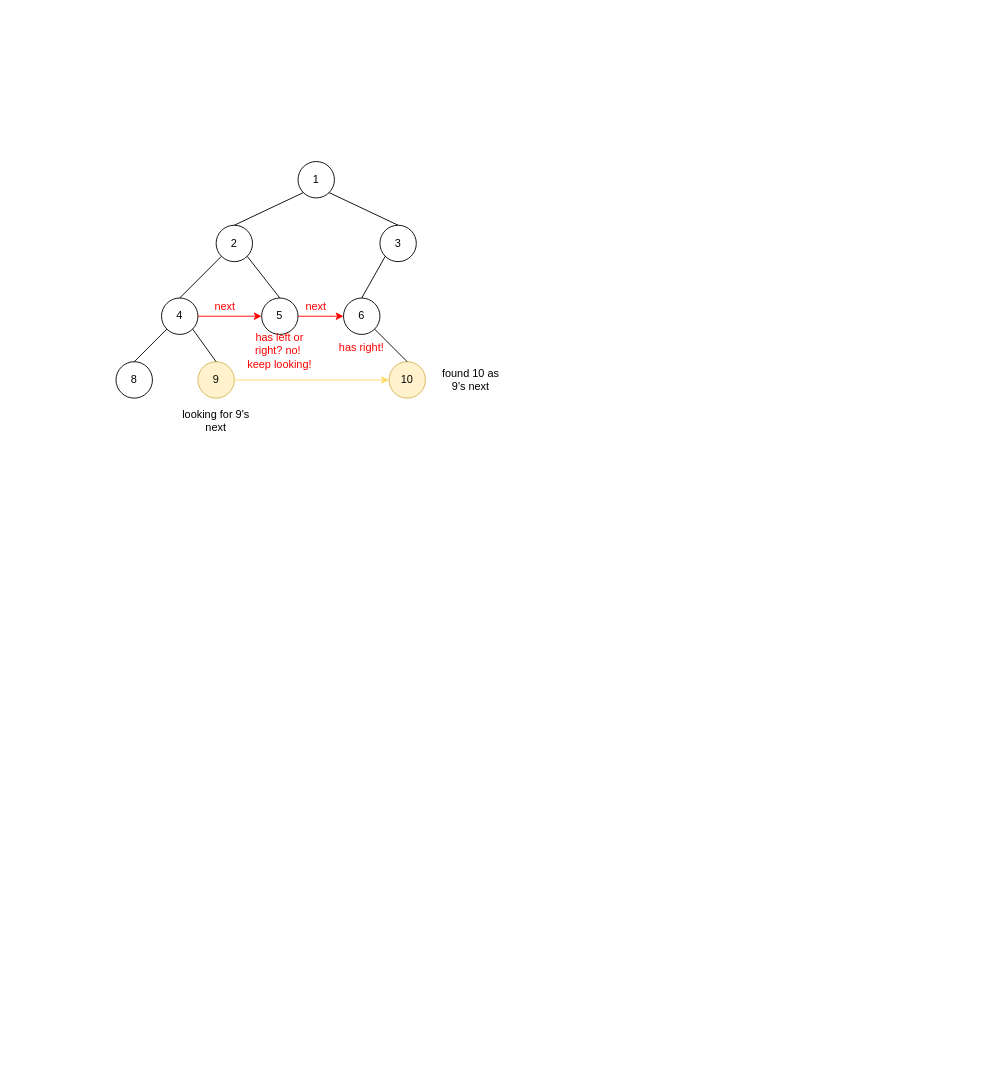
This is page "LC117: Populating Next Right Pointers in Each Node II" (6 of 9) of Leetcode Visuals/Trees and Graphs.drawio from bcfchen/algorithm, a draw.io file, before an edit. Source tidied: cells renumbered, new cells numbered last; positions are measured from the earlier drawing's top-left corner, leaving out a move shared by most shapes. Both pictures are drawn from the tidied source at 91%, with x=0, y=0 at pixel (116, 161).
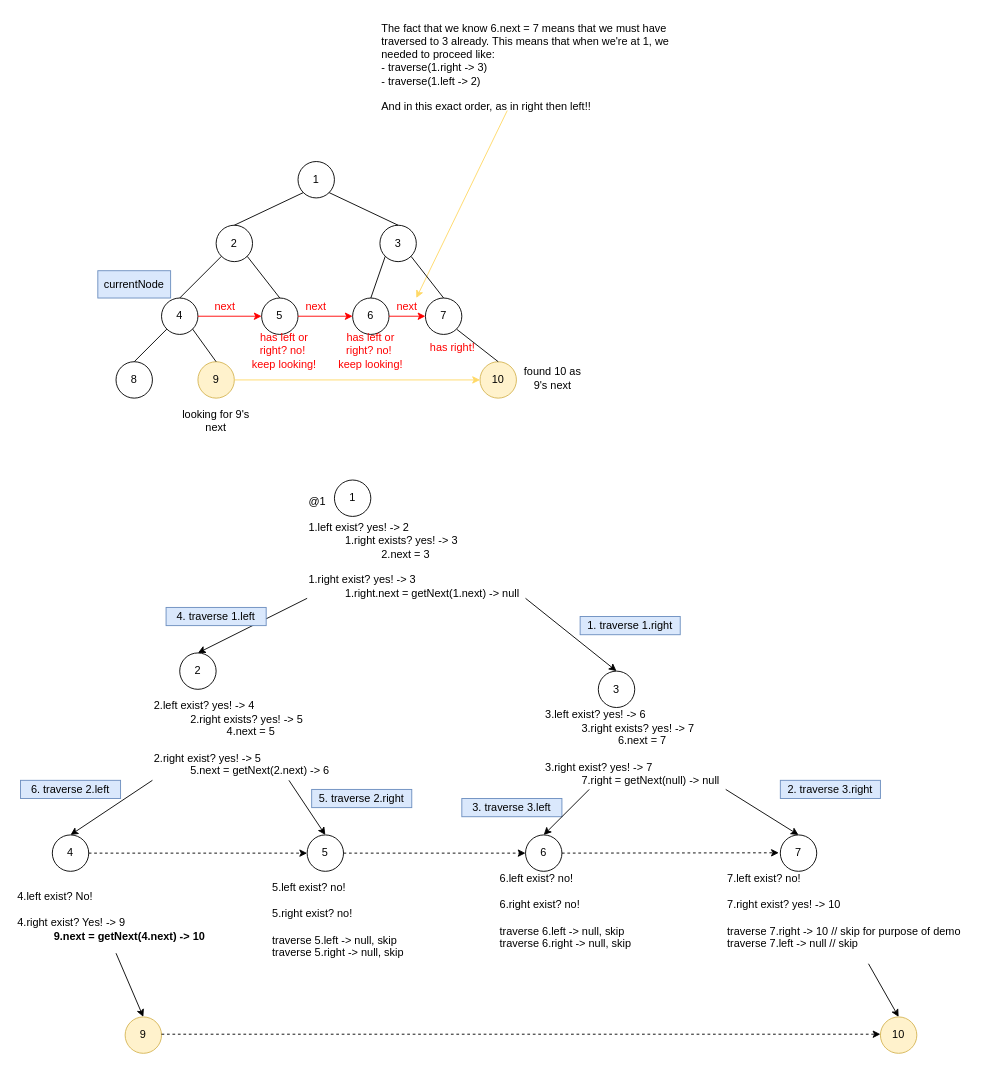
After the change.

Commit message (it also covers changes not shown here):
trees and graphs and visuals

Unchanged cells that the change refers to:
```xml
<mxCell id="4" value="3" style="ellipse;whiteSpace=wrap;html=1;align=center;" parent="1" vertex="1">
  <mxGeometry x="290" y="70" width="40" height="40" as="geometry" />
</mxCell>
```

Change to the diagram source:
```diff
@@
     <mxCell id="7" value="6" style="ellipse;whiteSpace=wrap;html=1;align=center;" parent="1" vertex="1">
-      <mxGeometry x="250" y="150" width="40" height="40" as="geometry" />
+      <mxGeometry x="260" y="150" width="40" height="40" as="geometry" />
     </mxCell>
@@
     <mxCell id="10" value="10" style="ellipse;whiteSpace=wrap;html=1;align=center;fillColor=#fff2cc;strokeColor=#d6b656;" parent="1" vertex="1">
-      <mxGeometry x="300" y="220" width="40" height="40" as="geometry" />
+      <mxGeometry x="400" y="220" width="40" height="40" as="geometry" />
     </mxCell>
@@
-    <mxCell id="17" style="endArrow=none;html=1;exitX=0.5;exitY=0;exitDx=0;exitDy=0;entryX=1;entryY=1;entryDx=0;entryDy=0;" parent="1" edge="1" source="10" target="7">
+    <mxCell id="17" style="endArrow=none;html=1;exitX=0.5;exitY=0;exitDx=0;exitDy=0;entryX=1;entryY=1;entryDx=0;entryDy=0;" parent="1" edge="1" source="10" target="40">
       <mxGeometry relative="1" as="geometry" />
     </mxCell>
@@
     <mxCell id="23" value="has left or right? no!&amp;nbsp;&lt;br&gt;keep looking!" style="text;html=1;strokeColor=none;fillColor=none;align=center;verticalAlign=middle;whiteSpace=wrap;rounded=0;fontColor=#FF0000;" parent="1" vertex="1">
-      <mxGeometry x="140" y="193" width="80" height="30" as="geometry" />
+      <mxGeometry x="240" y="193" width="80" height="30" as="geometry" />
     </mxCell>
     <mxCell id="24" value="has right!" style="text;html=1;strokeColor=none;fillColor=none;align=center;verticalAlign=middle;whiteSpace=wrap;rounded=0;fontColor=#FF0000;" parent="1" vertex="1">
-      <mxGeometry x="230" y="190" width="80" height="30" as="geometry" />
+      <mxGeometry x="330" y="190" width="80" height="30" as="geometry" />
     </mxCell>
@@
     <mxCell id="27" value="found 10 as 9's next" style="text;html=1;strokeColor=none;fillColor=none;align=center;verticalAlign=middle;whiteSpace=wrap;rounded=0;" parent="1" vertex="1">
-      <mxGeometry x="350" y="225" width="80" height="30" as="geometry" />
+      <mxGeometry x="440" y="223" width="80" height="30" as="geometry" />
     </mxCell>
+    <mxCell id="28" style="endArrow=classic;html=1;fontColor=#000000;strokeColor=#FFD966;exitX=0.424;exitY=1.04;exitDx=0;exitDy=0;exitPerimeter=0;entryX=0.75;entryY=0;entryDx=0;entryDy=0;" parent="1" edge="1" source="29" target="43">
+      <mxGeometry relative="1" as="geometry" />
+    </mxCell>
+    <mxCell id="29" value="The fact that we know 6.next = 7 means that we must have traversed to 3 already. This means that when we're at 1, we needed to proceed like:&lt;br&gt;- traverse(1.right -&amp;gt; 3)&lt;br&gt;- traverse(1.left -&amp;gt; 2)&lt;br&gt;&lt;br&gt;And in this exact order, as in right then left!!" style="text;html=1;strokeColor=none;fillColor=none;align=left;verticalAlign=top;whiteSpace=wrap;rounded=0;" parent="1" vertex="1">
+      <mxGeometry x="290" y="-160" width="330" height="100" as="geometry" />
+    </mxCell>
+    <mxCell id="30" value="1" style="ellipse;whiteSpace=wrap;html=1;align=center;" parent="1" vertex="1">
+      <mxGeometry x="240" y="350" width="40" height="40" as="geometry" />
+    </mxCell>
+    <mxCell id="31" value="@1&lt;br&gt;&lt;br&gt;1.left exist? yes! -&amp;gt; 2&lt;br&gt;&lt;blockquote style=&quot;margin: 0 0 0 40px ; border: none ; padding: 0px&quot;&gt;1.right exists? yes! -&amp;gt; 3&lt;/blockquote&gt;&lt;blockquote style=&quot;margin: 0 0 0 40px ; border: none ; padding: 0px&quot;&gt;&lt;blockquote style=&quot;margin: 0 0 0 40px ; border: none ; padding: 0px&quot;&gt;2.next = 3&lt;/blockquote&gt;&lt;blockquote style=&quot;margin: 0 0 0 40px ; border: none ; padding: 0px&quot;&gt;&lt;br&gt;&lt;/blockquote&gt;&lt;/blockquote&gt;1.right exist? yes! -&amp;gt; 3&lt;br&gt;&lt;blockquote style=&quot;margin: 0 0 0 40px ; border: none ; padding: 0px&quot;&gt;1.right.next = getNext(1.next) -&amp;gt; null&lt;/blockquote&gt;&lt;blockquote style=&quot;margin: 0 0 0 40px ; border: none ; padding: 0px&quot;&gt;&lt;br&gt;&lt;/blockquote&gt;&lt;blockquote style=&quot;margin: 0 0 0 40px ; border: none ; padding: 0px&quot;&gt;&lt;br&gt;&lt;/blockquote&gt;" style="text;html=1;strokeColor=none;fillColor=none;align=left;verticalAlign=top;whiteSpace=wrap;rounded=0;fontColor=#000000;" parent="1" vertex="1">
+      <mxGeometry x="210" y="360" width="240" height="120" as="geometry" />
+    </mxCell>
+    <mxCell id="32" value="2" style="ellipse;whiteSpace=wrap;html=1;align=center;" parent="1" vertex="1">
+      <mxGeometry x="70" y="540" width="40" height="40" as="geometry" />
+    </mxCell>
+    <mxCell id="33" value="&lt;br&gt;3.left exist? yes! -&amp;gt; 6&lt;br&gt;&lt;blockquote style=&quot;margin: 0 0 0 40px ; border: none ; padding: 0px&quot;&gt;3.right exists? yes! -&amp;gt; 7&lt;/blockquote&gt;&lt;blockquote style=&quot;margin: 0 0 0 40px ; border: none ; padding: 0px&quot;&gt;&lt;blockquote style=&quot;margin: 0 0 0 40px ; border: none ; padding: 0px&quot;&gt;6.next = 7&lt;/blockquote&gt;&lt;blockquote style=&quot;margin: 0 0 0 40px ; border: none ; padding: 0px&quot;&gt;&lt;br&gt;&lt;/blockquote&gt;&lt;/blockquote&gt;3.right exist? yes! -&amp;gt; 7&lt;br&gt;&lt;blockquote style=&quot;margin: 0 0 0 40px ; border: none ; padding: 0px&quot;&gt;7.right = getNext(null) -&amp;gt; null&lt;/blockquote&gt;" style="text;html=1;strokeColor=none;fillColor=none;align=left;verticalAlign=top;whiteSpace=wrap;rounded=0;fontColor=#000000;" parent="1" vertex="1">
+      <mxGeometry x="470" y="580" width="200" height="110" as="geometry" />
+    </mxCell>
+    <mxCell id="34" value="3" style="ellipse;whiteSpace=wrap;html=1;align=center;" parent="1" vertex="1">
+      <mxGeometry x="530" y="560" width="40" height="40" as="geometry" />
+    </mxCell>
+    <mxCell id="35" style="endArrow=classic;html=1;fontColor=#000000;exitX=1;exitY=1;exitDx=0;exitDy=0;entryX=0.5;entryY=0;entryDx=0;entryDy=0;" parent="1" edge="1" source="31" target="34">
+      <mxGeometry relative="1" as="geometry" />
+    </mxCell>
+    <mxCell id="36" value="1. traverse 1.right" style="text;html=1;strokeColor=#6c8ebf;fillColor=#dae8fc;align=center;verticalAlign=middle;whiteSpace=wrap;rounded=0;" parent="1" vertex="1">
+      <mxGeometry x="510" y="500" width="110" height="20" as="geometry" />
+    </mxCell>
+    <mxCell id="37" style="endArrow=classic;html=1;fontColor=#000000;entryX=0.5;entryY=0;entryDx=0;entryDy=0;exitX=0;exitY=1;exitDx=0;exitDy=0;" parent="1" edge="1" source="31" target="32">
+      <mxGeometry relative="1" as="geometry" />
+    </mxCell>
+    <mxCell id="38" value="4. traverse 1.left" style="text;html=1;strokeColor=#6c8ebf;fillColor=#dae8fc;align=center;verticalAlign=middle;whiteSpace=wrap;rounded=0;" parent="1" vertex="1">
+      <mxGeometry x="55" y="490" width="110" height="20" as="geometry" />
+    </mxCell>
+    <mxCell id="39" value="&lt;br&gt;2.left exist? yes! -&amp;gt; 4&lt;br&gt;&lt;blockquote style=&quot;margin: 0 0 0 40px ; border: none ; padding: 0px&quot;&gt;2.right exists? yes! -&amp;gt; 5&lt;/blockquote&gt;&lt;blockquote style=&quot;margin: 0 0 0 40px ; border: none ; padding: 0px&quot;&gt;&lt;blockquote style=&quot;margin: 0 0 0 40px ; border: none ; padding: 0px&quot;&gt;4.next = 5&lt;/blockquote&gt;&lt;blockquote style=&quot;margin: 0 0 0 40px ; border: none ; padding: 0px&quot;&gt;&lt;br&gt;&lt;/blockquote&gt;&lt;/blockquote&gt;2.right exist? yes! -&amp;gt; 5&lt;br&gt;&lt;blockquote style=&quot;margin: 0 0 0 40px ; border: none ; padding: 0px&quot;&gt;5.next = getNext(2.next) -&amp;gt; 6&lt;/blockquote&gt;" style="text;html=1;strokeColor=none;fillColor=none;align=left;verticalAlign=top;whiteSpace=wrap;rounded=0;fontColor=#000000;" parent="1" vertex="1">
+      <mxGeometry x="40" y="570" width="200" height="110" as="geometry" />
+    </mxCell>
+    <mxCell id="40" value="7" style="ellipse;whiteSpace=wrap;html=1;align=center;" parent="1" vertex="1">
+      <mxGeometry x="340" y="150" width="40" height="40" as="geometry" />
+    </mxCell>
+    <mxCell id="41" style="endArrow=none;html=1;exitX=0.5;exitY=0;exitDx=0;exitDy=0;entryX=1;entryY=1;entryDx=0;entryDy=0;" parent="1" edge="1" source="40" target="4">
+      <mxGeometry relative="1" as="geometry" />
+    </mxCell>
+    <mxCell id="42" style="endArrow=classic;html=1;fontColor=#FF0000;strokeColor=#FF0000;" parent="1" edge="1">
+      <mxGeometry relative="1" as="geometry">
+        <mxPoint x="300" y="170" as="sourcePoint" />
+        <mxPoint x="340" y="170" as="targetPoint" />
+      </mxGeometry>
+    </mxCell>
+    <mxCell id="43" value="next" style="text;html=1;strokeColor=none;fillColor=none;align=center;verticalAlign=middle;whiteSpace=wrap;rounded=0;fontColor=#FF0000;" parent="1" vertex="1">
+      <mxGeometry x="300" y="150" width="40" height="20" as="geometry" />
+    </mxCell>
+    <mxCell id="44" value="has left or right? no!&amp;nbsp;&lt;br&gt;keep looking!" style="text;html=1;strokeColor=none;fillColor=none;align=center;verticalAlign=middle;whiteSpace=wrap;rounded=0;fontColor=#FF0000;" parent="1" vertex="1">
+      <mxGeometry x="145" y="193" width="80" height="30" as="geometry" />
+    </mxCell>
+    <mxCell id="45" value="currentNode" style="text;html=1;strokeColor=#6c8ebf;fillColor=#dae8fc;align=center;verticalAlign=middle;whiteSpace=wrap;rounded=0;" parent="1" vertex="1">
+      <mxGeometry x="-20" y="120" width="80" height="30" as="geometry" />
+    </mxCell>
+    <mxCell id="46" value="&lt;br&gt;6.left exist? no!&lt;br&gt;&lt;br&gt;6.right exist? no!&lt;br&gt;&lt;br&gt;traverse 6.left -&amp;gt; null, skip&lt;br&gt;traverse 6.right -&amp;gt; null, skip" style="text;html=1;strokeColor=none;fillColor=none;align=left;verticalAlign=top;whiteSpace=wrap;rounded=0;fontColor=#000000;" parent="1" vertex="1">
+      <mxGeometry x="420" y="760" width="180" height="90" as="geometry" />
+    </mxCell>
+    <mxCell id="47" value="6" style="ellipse;whiteSpace=wrap;html=1;align=center;" parent="1" vertex="1">
+      <mxGeometry x="450" y="740" width="40" height="40" as="geometry" />
+    </mxCell>
+    <mxCell id="48" value="&lt;br&gt;7.left exist? no!&lt;br&gt;&lt;blockquote style=&quot;margin: 0 0 0 40px ; border: none ; padding: 0px&quot;&gt;&lt;blockquote style=&quot;margin: 0 0 0 40px ; border: none ; padding: 0px&quot;&gt;&lt;br&gt;&lt;/blockquote&gt;&lt;/blockquote&gt;7.right exist? yes! -&amp;gt; 10&lt;br&gt;&lt;br&gt;traverse 7.right -&amp;gt; 10 // skip for purpose of demo&lt;br&gt;traverse 7.left -&amp;gt; null // skip" style="text;html=1;strokeColor=none;fillColor=none;align=left;verticalAlign=top;whiteSpace=wrap;rounded=0;fontColor=#000000;" parent="1" vertex="1">
+      <mxGeometry x="670" y="760" width="270" height="120" as="geometry" />
+    </mxCell>
+    <mxCell id="49" value="7" style="ellipse;whiteSpace=wrap;html=1;align=center;" parent="1" vertex="1">
+      <mxGeometry x="730" y="740" width="40" height="40" as="geometry" />
+    </mxCell>
+    <mxCell id="50" style="endArrow=classic;html=1;fontColor=#000000;strokeColor=#000000;exitX=1;exitY=1;exitDx=0;exitDy=0;entryX=0.5;entryY=0;entryDx=0;entryDy=0;" parent="1" edge="1" source="33" target="49">
+      <mxGeometry relative="1" as="geometry" />
+    </mxCell>
+    <mxCell id="51" value="2. traverse 3.right" style="text;html=1;strokeColor=#6c8ebf;fillColor=#dae8fc;align=center;verticalAlign=middle;whiteSpace=wrap;rounded=0;" parent="1" vertex="1">
+      <mxGeometry x="730" y="680" width="110" height="20" as="geometry" />
+    </mxCell>
+    <mxCell id="52" value="3. traverse 3.left" style="text;html=1;strokeColor=#6c8ebf;fillColor=#dae8fc;align=center;verticalAlign=middle;whiteSpace=wrap;rounded=0;" parent="1" vertex="1">
+      <mxGeometry x="380" y="700" width="110" height="20" as="geometry" />
+    </mxCell>
+    <mxCell id="53" style="endArrow=classic;html=1;fontColor=#000000;strokeColor=#000000;exitX=0.25;exitY=1;exitDx=0;exitDy=0;entryX=0.5;entryY=0;entryDx=0;entryDy=0;" parent="1" edge="1" source="33" target="47">
+      <mxGeometry relative="1" as="geometry" />
+    </mxCell>
+    <mxCell id="54" value="4" style="ellipse;whiteSpace=wrap;html=1;align=center;" parent="1" vertex="1">
+      <mxGeometry x="-70" y="740" width="40" height="40" as="geometry" />
+    </mxCell>
+    <mxCell id="55" value="5" style="ellipse;whiteSpace=wrap;html=1;align=center;" parent="1" vertex="1">
+      <mxGeometry x="210" y="740" width="40" height="40" as="geometry" />
+    </mxCell>
+    <mxCell id="56" style="endArrow=classic;html=1;fontColor=#000000;strokeColor=#000000;exitX=0;exitY=1;exitDx=0;exitDy=0;entryX=0.5;entryY=0;entryDx=0;entryDy=0;entryPerimeter=0;" parent="1" edge="1" source="39" target="54">
+      <mxGeometry relative="1" as="geometry" />
+    </mxCell>
+    <mxCell id="57" style="endArrow=classic;html=1;fontColor=#000000;strokeColor=#000000;exitX=0.75;exitY=1;exitDx=0;exitDy=0;entryX=0.5;entryY=0;entryDx=0;entryDy=0;" parent="1" edge="1" source="39" target="55">
+      <mxGeometry relative="1" as="geometry" />
+    </mxCell>
+    <mxCell id="58" value="5. traverse 2.right" style="text;html=1;strokeColor=#6c8ebf;fillColor=#dae8fc;align=center;verticalAlign=middle;whiteSpace=wrap;rounded=0;" parent="1" vertex="1">
+      <mxGeometry x="215" y="690" width="110" height="20" as="geometry" />
+    </mxCell>
+    <mxCell id="59" value="&lt;br&gt;5.left exist? no!&lt;br&gt;&lt;br&gt;5.right exist? no!&lt;br&gt;&lt;br&gt;traverse 5.left -&amp;gt; null, skip&lt;br&gt;traverse 5.right -&amp;gt; null, skip" style="text;html=1;strokeColor=none;fillColor=none;align=left;verticalAlign=top;whiteSpace=wrap;rounded=0;fontColor=#000000;" parent="1" vertex="1">
+      <mxGeometry x="170" y="770" width="180" height="120" as="geometry" />
+    </mxCell>
+    <mxCell id="60" style="endArrow=classic;html=1;fontColor=#000000;strokeColor=#000000;exitX=1;exitY=0.5;exitDx=0;exitDy=0;dashed=1;" parent="1" edge="1" source="55">
+      <mxGeometry relative="1" as="geometry">
+        <mxPoint x="450" y="760" as="targetPoint" />
+      </mxGeometry>
+    </mxCell>
+    <mxCell id="61" style="endArrow=classic;html=1;fontColor=#000000;strokeColor=#000000;exitX=1;exitY=0.5;exitDx=0;exitDy=0;entryX=0.216;entryY=-0.003;entryDx=0;entryDy=0;entryPerimeter=0;dashed=1;" parent="1" edge="1" target="48">
+      <mxGeometry relative="1" as="geometry">
+        <mxPoint x="490" y="760" as="sourcePoint" />
+      </mxGeometry>
+    </mxCell>
+    <mxCell id="62" value="&lt;br&gt;4.left exist? No!&amp;nbsp;&lt;br&gt;&lt;br&gt;4.right exist? Yes! -&amp;gt; 9&lt;br&gt;&lt;blockquote style=&quot;margin: 0 0 0 40px ; border: none ; padding: 0px&quot;&gt;&lt;b&gt;9.next = getNext(4.next) -&amp;gt; 10&lt;/b&gt;&lt;/blockquote&gt;" style="text;html=1;strokeColor=none;fillColor=none;align=left;verticalAlign=top;whiteSpace=wrap;rounded=0;fontColor=#000000;" parent="1" vertex="1">
+      <mxGeometry x="-110" y="780" width="220" height="90" as="geometry" />
+    </mxCell>
+    <mxCell id="63" value="6. traverse 2.left" style="text;html=1;strokeColor=#6c8ebf;fillColor=#dae8fc;align=center;verticalAlign=middle;whiteSpace=wrap;rounded=0;" parent="1" vertex="1">
+      <mxGeometry x="-105" y="680" width="110" height="20" as="geometry" />
+    </mxCell>
+    <mxCell id="64" value="10" style="ellipse;whiteSpace=wrap;html=1;align=center;fillColor=#fff2cc;strokeColor=#d6b656;" parent="1" vertex="1">
+      <mxGeometry x="840" y="940" width="40" height="40" as="geometry" />
+    </mxCell>
+    <mxCell id="65" style="endArrow=classic;html=1;fontColor=#000000;strokeColor=#000000;exitX=0.581;exitY=1.013;exitDx=0;exitDy=0;exitPerimeter=0;entryX=0.5;entryY=0;entryDx=0;entryDy=0;" parent="1" edge="1" source="48" target="64">
+      <mxGeometry relative="1" as="geometry" />
+    </mxCell>
+    <mxCell id="66" value="9" style="ellipse;whiteSpace=wrap;html=1;align=center;fillColor=#fff2cc;strokeColor=#d6b656;" parent="1" vertex="1">
+      <mxGeometry x="10" y="940" width="40" height="40" as="geometry" />
+    </mxCell>
+    <mxCell id="67" style="endArrow=classic;html=1;fontColor=#000000;strokeColor=#000000;entryX=0.5;entryY=0;entryDx=0;entryDy=0;exitX=0.5;exitY=1;exitDx=0;exitDy=0;" parent="1" edge="1" source="62" target="66">
+      <mxGeometry relative="1" as="geometry" />
+    </mxCell>
+    <mxCell id="68" style="endArrow=classic;html=1;fontColor=#000000;strokeColor=#000000;exitX=1;exitY=0.5;exitDx=0;exitDy=0;dashed=1;" parent="1" edge="1" source="54">
+      <mxGeometry relative="1" as="geometry">
+        <mxPoint x="210" y="760" as="targetPoint" />
+      </mxGeometry>
+    </mxCell>
+    <mxCell id="69" style="endArrow=classic;html=1;fontColor=#000000;strokeColor=#000000;exitX=1;exitY=0.5;exitDx=0;exitDy=0;dashed=1;entryX=0;entryY=0.475;entryDx=0;entryDy=0;entryPerimeter=0;" parent="1" edge="1" target="64">
+      <mxGeometry relative="1" as="geometry">
+        <mxPoint x="50" y="959" as="sourcePoint" />
+      </mxGeometry>
+    </mxCell>
```
